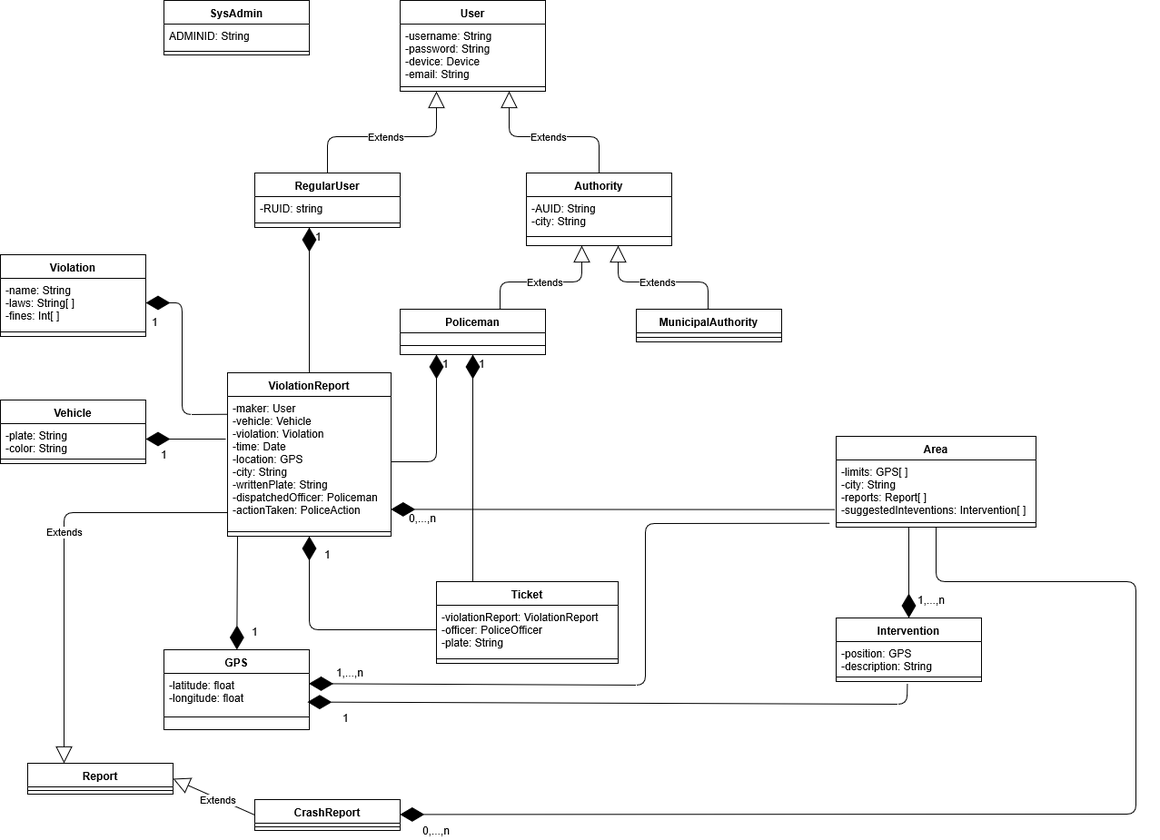
fafrullo2/PanzeriPeruginiPipita keeps this draw.io diagram as DD/Images/ADV_class_diagram.png. Above is the earlier version. Source tidied: cells renumbered, new cells last; positions are measured from the earlier drawing's top-left corner, leaving out a move shared by most shapes.
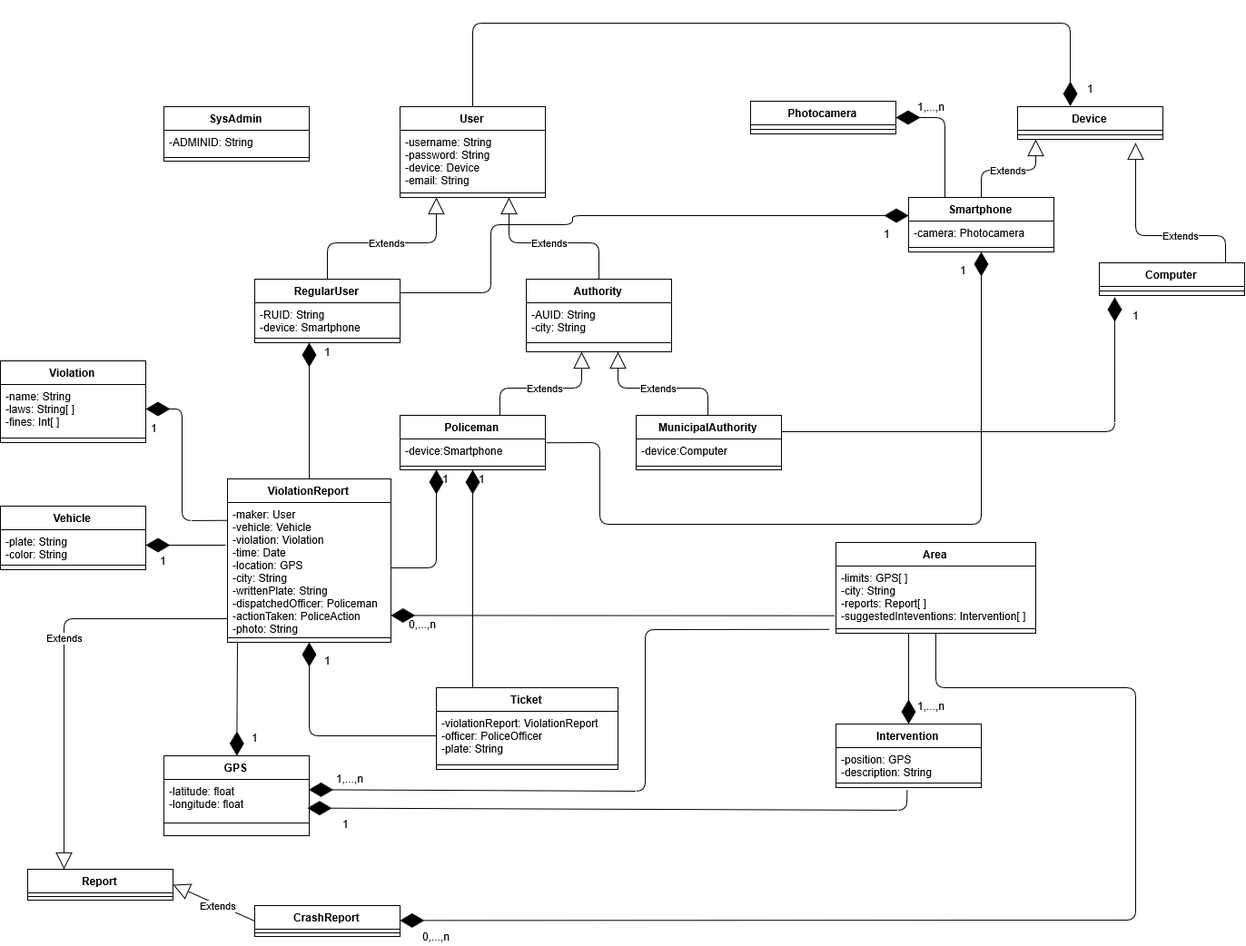
The same diagram one commit later.

Commit message:
Fixed class diagram, modified "other design choices"

Diff of the diagram source:
```diff
@@ -12,13 +12,13 @@
       <mxGeometry y="90" width="160" height="10" as="geometry" />
     </mxCell>
     <mxCell id="5" value="RegularUser" style="swimlane;fontStyle=1;align=center;verticalAlign=top;horizontal=1;startSize=26;" parent="1" vertex="1">
-      <mxGeometry x="280" y="190" width="160" height="60" as="geometry" />
+      <mxGeometry x="280" y="190" width="160" height="70" as="geometry" />
     </mxCell>
-    <mxCell id="6" value="-RUID: string" style="text;strokeColor=none;fillColor=none;align=left;verticalAlign=top;spacingLeft=4;spacingRight=4;overflow=hidden;" parent="5" vertex="1">
-      <mxGeometry y="26" width="160" height="24" as="geometry" />
+    <mxCell id="6" value="-RUID: String&#10;-device: Smartphone" style="text;strokeColor=none;fillColor=none;align=left;verticalAlign=top;spacingLeft=4;spacingRight=4;overflow=hidden;" parent="5" vertex="1">
+      <mxGeometry y="26" width="160" height="34" as="geometry" />
     </mxCell>
     <mxCell id="7" style="line;strokeWidth=1;fillColor=none;align=left;verticalAlign=middle;spacingTop=-1;spacingLeft=3;spacingRight=3;labelPosition=right;points=[];portConstraint=eastwest;" parent="5" vertex="1">
-      <mxGeometry y="50" width="160" height="10" as="geometry" />
+      <mxGeometry y="60" width="160" height="10" as="geometry" />
     </mxCell>
     <mxCell id="8" value="Authority" style="swimlane;fontStyle=1;align=center;verticalAlign=top;horizontal=1;startSize=26;" parent="1" vertex="1">
       <mxGeometry x="579" y="190" width="160" height="80" as="geometry" />
@@ -29,21 +29,6 @@
     <mxCell id="10" style="line;strokeWidth=1;fillColor=none;align=left;verticalAlign=middle;spacingTop=-1;spacingLeft=3;spacingRight=3;labelPosition=right;" parent="8" vertex="1">
       <mxGeometry y="60" width="160" height="20" as="geometry" />
     </mxCell>
-    <mxCell id="11" value="MunicipalAuthority" style="swimlane;fontStyle=1;align=center;verticalAlign=top;horizontal=1;startSize=26;" parent="1" vertex="1">
-      <mxGeometry x="700" y="340" width="160" height="36" as="geometry" />
-    </mxCell>
-    <mxCell id="12" style="line;strokeWidth=1;fillColor=none;align=left;verticalAlign=middle;spacingTop=-1;spacingLeft=3;spacingRight=3;labelPosition=right;" parent="11" vertex="1">
-      <mxGeometry y="26" width="160" height="10" as="geometry" />
-    </mxCell>
-    <mxCell id="13" value="Policeman" style="swimlane;fontStyle=1;align=center;verticalAlign=top;horizontal=1;startSize=26;" parent="1" vertex="1">
-      <mxGeometry x="440" y="340" width="160" height="50" as="geometry" />
-    </mxCell>
-    <mxCell id="14" value="&#10;" style="text;strokeColor=none;fillColor=none;align=left;verticalAlign=top;spacingLeft=4;spacingRight=4;overflow=hidden;" parent="13" vertex="1">
-      <mxGeometry y="26" width="160" height="4" as="geometry" />
-    </mxCell>
-    <mxCell id="15" style="line;strokeWidth=1;fillColor=none;align=left;verticalAlign=middle;spacingTop=-1;spacingLeft=3;spacingRight=3;labelPosition=right;points=[];portConstraint=eastwest;" parent="13" vertex="1">
-      <mxGeometry y="30" width="160" height="20" as="geometry" />
-    </mxCell>
     <mxCell id="16" value="Extends" style="endArrow=block;endSize=16;endFill=0;html=1;exitX=0.5;exitY=0;exitDx=0;exitDy=0;entryX=0.25;entryY=1;entryDx=0;entryDy=0;" parent="1" edge="1" source="5" target="2">
       <mxGeometry relative="1" as="geometry">
         <Array as="points">
@@ -83,7 +68,7 @@
     <mxCell id="20" value="ViolationReport" style="swimlane;fontStyle=1;align=center;verticalAlign=top;horizontal=1;startSize=26;" parent="1" vertex="1">
       <mxGeometry x="250" y="410" width="180" height="180" as="geometry" />
     </mxCell>
-    <mxCell id="21" value="-maker: User&#10;-vehicle: Vehicle&#10;-violation: Violation&#10;-time: Date&#10;-location: GPS&#10;-city: String&#10;-writtenPlate: String&#10;-dispatchedOfficer: Policeman&#10;-actionTaken: PoliceAction&#10;" style="text;strokeColor=none;fillColor=none;align=left;verticalAlign=top;spacingLeft=4;spacingRight=4;overflow=hidden;points=[[0,0.5],[1,0.5]];portConstraint=eastwest;" parent="20" vertex="1">
+    <mxCell id="21" value="-maker: User&#10;-vehicle: Vehicle&#10;-violation: Violation&#10;-time: Date&#10;-location: GPS&#10;-city: String&#10;-writtenPlate: String&#10;-dispatchedOfficer: Policeman&#10;-actionTaken: PoliceAction&#10;-photo: String&#10;" style="text;strokeColor=none;fillColor=none;align=left;verticalAlign=top;spacingLeft=4;spacingRight=4;overflow=hidden;points=[[0,0.5],[1,0.5]];portConstraint=eastwest;" parent="20" vertex="1">
       <mxGeometry y="26" width="180" height="144" as="geometry" />
     </mxCell>
     <mxCell id="22" style="line;strokeWidth=1;fillColor=none;align=left;verticalAlign=middle;spacingTop=-1;spacingLeft=3;spacingRight=3;labelPosition=right;" parent="20" vertex="1">
@@ -160,7 +145,7 @@
         </Array>
       </mxGeometry>
     </mxCell>
-    <mxCell id="43" style="endArrow=diamondThin;endFill=1;endSize=24;html=1;" parent="1" edge="1" target="15">
+    <mxCell id="43" style="endArrow=diamondThin;endFill=1;endSize=24;html=1;entryX=0.5;entryY=1;entryDx=0;entryDy=0;" parent="1" edge="1" target="13">
       <mxGeometry relative="1" as="geometry">
         <mxPoint x="520" y="640" as="sourcePoint" />
         <Array as="points">
@@ -168,8 +153,9 @@
         </Array>
       </mxGeometry>
     </mxCell>
-    <mxCell id="44" style="endArrow=diamondThin;endFill=1;endSize=24;html=1;entryX=0.25;entryY=1;entryDx=0;entryDy=0;exitX=1;exitY=0.5;exitDx=0;exitDy=0;" parent="1" edge="1" source="21" target="13">
+    <mxCell id="44" style="endArrow=diamondThin;endFill=1;endSize=24;html=1;exitX=1;exitY=0.5;exitDx=0;exitDy=0;" parent="1" edge="1" source="21">
       <mxGeometry relative="1" as="geometry">
+        <mxPoint x="480" y="400" as="targetPoint" />
         <Array as="points">
           <mxPoint x="480" y="508" />
         </Array>
@@ -228,14 +214,11 @@
       <mxGeometry x="160" y="343.5" width="20" height="20" as="geometry" />
     </mxCell>
     <mxCell id="58" value="1" style="text;html=1;align=center;verticalAlign=middle;" parent="1" vertex="1">
-      <mxGeometry x="340" y="250" width="20" height="20" as="geometry" />
+      <mxGeometry x="350" y="260" width="20" height="20" as="geometry" />
     </mxCell>
     <mxCell id="59" value="1" style="text;html=1;align=center;verticalAlign=middle;" parent="1" vertex="1">
-      <mxGeometry x="480" y="390" width="20" height="20" as="geometry" />
+      <mxGeometry x="480" y="400" width="20" height="20" as="geometry" />
     </mxCell>
-    <mxCell id="60" value="1" style="text;html=1;align=center;verticalAlign=middle;" parent="1" vertex="1">
-      <mxGeometry x="520" y="390" width="20" height="20" as="geometry" />
-    </mxCell>
     <mxCell id="61" value="1,...,n" style="text;html=1;align=center;verticalAlign=middle;" parent="1" vertex="1">
       <mxGeometry x="1000" y="650" width="50" height="20" as="geometry" />
     </mxCell>
@@ -281,11 +264,140 @@
     <mxCell id="71" value="SysAdmin" style="swimlane;fontStyle=1;align=center;verticalAlign=top;horizontal=1;startSize=26;" parent="1" vertex="1">
       <mxGeometry x="180" width="160" height="60" as="geometry" />
     </mxCell>
-    <mxCell id="72" value="ADMINID: String" style="text;strokeColor=none;fillColor=none;align=left;verticalAlign=top;spacingLeft=4;spacingRight=4;overflow=hidden;" parent="71" vertex="1">
+    <mxCell id="72" value="-ADMINID: String" style="text;strokeColor=none;fillColor=none;align=left;verticalAlign=top;spacingLeft=4;spacingRight=4;overflow=hidden;" parent="71" vertex="1">
       <mxGeometry y="26" width="160" height="26" as="geometry" />
     </mxCell>
     <mxCell id="73" style="line;strokeWidth=1;fillColor=none;align=left;verticalAlign=middle;spacingTop=-1;spacingLeft=3;spacingRight=3;labelPosition=right;" parent="71" vertex="1">
       <mxGeometry y="52" width="160" height="8" as="geometry" />
     </mxCell>
+    <mxCell id="74" value="Device" style="swimlane;fontStyle=1;align=center;verticalAlign=top;horizontal=1;startSize=26;" parent="1" vertex="1">
+      <mxGeometry x="1120" width="160" height="36" as="geometry" />
+    </mxCell>
+    <mxCell id="75" style="line;strokeWidth=1;fillColor=none;align=left;verticalAlign=middle;spacingTop=-1;spacingLeft=3;spacingRight=3;labelPosition=right;" parent="74" vertex="1">
+      <mxGeometry y="26" width="160" height="10" as="geometry" />
+    </mxCell>
+    <mxCell id="76" value="Smartphone" style="swimlane;fontStyle=1;align=center;verticalAlign=top;horizontal=1;startSize=26;" parent="1" vertex="1">
+      <mxGeometry x="1000" y="100" width="160" height="60" as="geometry" />
+    </mxCell>
+    <mxCell id="77" value="-camera: Photocamera" style="text;strokeColor=none;fillColor=none;align=left;verticalAlign=top;spacingLeft=4;spacingRight=4;overflow=hidden;" parent="76" vertex="1">
+      <mxGeometry y="26" width="160" height="24" as="geometry" />
+    </mxCell>
+    <mxCell id="78" style="line;strokeWidth=1;fillColor=none;align=left;verticalAlign=middle;spacingTop=-1;spacingLeft=3;spacingRight=3;labelPosition=right;" parent="76" vertex="1">
+      <mxGeometry y="50" width="160" height="10" as="geometry" />
+    </mxCell>
+    <mxCell id="79" value="Computer" style="swimlane;fontStyle=1;align=center;verticalAlign=top;horizontal=1;startSize=26;" parent="1" vertex="1">
+      <mxGeometry x="1210" y="172" width="160" height="36" as="geometry" />
+    </mxCell>
+    <mxCell id="80" style="line;strokeWidth=1;fillColor=none;align=left;verticalAlign=middle;spacingTop=-1;spacingLeft=3;spacingRight=3;labelPosition=right;points=[];portConstraint=eastwest;" parent="79" vertex="1">
+      <mxGeometry y="26" width="160" height="10" as="geometry" />
+    </mxCell>
+    <mxCell id="81" value="Photocamera" style="swimlane;fontStyle=1;align=center;verticalAlign=top;horizontal=1;startSize=26;" parent="1" vertex="1">
+      <mxGeometry x="826" y="-6" width="160" height="36" as="geometry" />
+    </mxCell>
+    <mxCell id="82" style="line;strokeWidth=1;fillColor=none;align=left;verticalAlign=middle;spacingTop=-1;spacingLeft=3;spacingRight=3;labelPosition=right;" parent="81" vertex="1">
+      <mxGeometry y="26" width="160" height="10" as="geometry" />
+    </mxCell>
+    <mxCell id="83" value="Extends" style="endArrow=block;endSize=16;endFill=0;html=1;" parent="1" edge="1">
+      <mxGeometry x="-0.32" relative="1" as="geometry">
+        <mxPoint x="1349" y="172" as="sourcePoint" />
+        <mxPoint x="1250" y="40" as="targetPoint" />
+        <Array as="points">
+          <mxPoint x="1349" y="142" />
+          <mxPoint x="1250" y="142" />
+        </Array>
+      </mxGeometry>
+    </mxCell>
+    <mxCell id="84" value="Extends" style="endArrow=block;endSize=16;endFill=0;html=1;" parent="1" edge="1">
+      <mxGeometry x="-0.03" relative="1" as="geometry">
+        <mxPoint x="1080" y="100" as="sourcePoint" />
+        <mxPoint x="1140" y="36" as="targetPoint" />
+        <Array as="points">
+          <mxPoint x="1080" y="70" />
+          <mxPoint x="1140" y="70" />
+        </Array>
+      </mxGeometry>
+    </mxCell>
+    <mxCell id="85" style="endArrow=diamondThin;endFill=1;endSize=24;html=1;exitX=0.25;exitY=0;exitDx=0;exitDy=0;entryX=1;entryY=0.5;entryDx=0;entryDy=0;" parent="1" edge="1" source="76" target="81">
+      <mxGeometry relative="1" as="geometry">
+        <Array as="points">
+          <mxPoint x="1040" y="12" />
+        </Array>
+      </mxGeometry>
+    </mxCell>
+    <mxCell id="86" value="1,...,n" style="text;html=1;align=center;verticalAlign=middle;" parent="1" vertex="1">
+      <mxGeometry x="1000" y="-10.5" width="50" height="20" as="geometry" />
+    </mxCell>
+    <mxCell id="87" style="endArrow=diamondThin;endFill=1;endSize=24;html=1;exitX=0.5;exitY=0;exitDx=0;exitDy=0;entryX=0.363;entryY=-0.02;entryDx=0;entryDy=0;entryPerimeter=0;" parent="1" edge="1" source="2" target="74">
+      <mxGeometry relative="1" as="geometry">
+        <Array as="points">
+          <mxPoint x="520" y="-92" />
+          <mxPoint x="1178" y="-92" />
+        </Array>
+      </mxGeometry>
+    </mxCell>
+    <mxCell id="88" value="1" style="text;html=1;align=center;verticalAlign=middle;" parent="1" vertex="1">
+      <mxGeometry x="1190" y="-30.5" width="20" height="20" as="geometry" />
+    </mxCell>
+    <mxCell id="89" style="endArrow=diamondThin;endFill=1;endSize=24;html=1;exitX=1;exitY=0.214;exitDx=0;exitDy=0;exitPerimeter=0;" parent="1" edge="1" source="5">
+      <mxGeometry relative="1" as="geometry">
+        <mxPoint x="1000" y="120" as="targetPoint" />
+        <Array as="points">
+          <mxPoint x="540" y="205" />
+          <mxPoint x="540" y="130" />
+          <mxPoint x="560" y="130" />
+          <mxPoint x="630" y="130" />
+          <mxPoint x="630" y="120" />
+          <mxPoint x="870" y="120" />
+        </Array>
+      </mxGeometry>
+    </mxCell>
+    <mxCell id="90" value="1" style="text;html=1;align=center;verticalAlign=middle;" parent="1" vertex="1">
+      <mxGeometry x="966" y="130" width="20" height="20" as="geometry" />
+    </mxCell>
+    <mxCell id="91" style="endArrow=diamondThin;endFill=1;endSize=24;html=1;entryX=0.5;entryY=1;entryDx=0;entryDy=0;exitX=1.005;exitY=1.056;exitDx=0;exitDy=0;exitPerimeter=0;" parent="1" edge="1" target="76">
+      <mxGeometry relative="1" as="geometry">
+        <mxPoint x="600.8" y="370.2" as="sourcePoint" />
+        <Array as="points">
+          <mxPoint x="660" y="370" />
+          <mxPoint x="660" y="460" />
+          <mxPoint x="1080" y="460" />
+        </Array>
+      </mxGeometry>
+    </mxCell>
+    <mxCell id="92" value="1" style="text;html=1;align=center;verticalAlign=middle;" parent="1" vertex="1">
+      <mxGeometry x="1050" y="170" width="20" height="20" as="geometry" />
+    </mxCell>
+    <mxCell id="93" style="endArrow=diamondThin;endFill=1;endSize=24;html=1;exitX=1;exitY=0.5;exitDx=0;exitDy=0;entryX=0.106;entryY=1.2;entryDx=0;entryDy=0;entryPerimeter=0;" parent="1" edge="1" target="80">
+      <mxGeometry relative="1" as="geometry">
+        <mxPoint x="860" y="358" as="sourcePoint" />
+        <Array as="points">
+          <mxPoint x="1227" y="358" />
+        </Array>
+      </mxGeometry>
+    </mxCell>
+    <mxCell id="94" value="1" style="text;html=1;align=center;verticalAlign=middle;" parent="1" vertex="1">
+      <mxGeometry x="1240" y="220" width="20" height="20" as="geometry" />
+    </mxCell>
+    <mxCell id="13" value="Policeman" style="swimlane;fontStyle=1;align=center;verticalAlign=top;horizontal=1;startSize=26;" parent="1" vertex="1">
+      <mxGeometry x="440" y="340" width="160" height="60" as="geometry" />
+    </mxCell>
+    <mxCell id="95" value="-device:Smartphone" style="text;strokeColor=none;fillColor=none;align=left;verticalAlign=top;spacingLeft=4;spacingRight=4;overflow=hidden;" parent="13" vertex="1">
+      <mxGeometry y="26" width="160" height="26" as="geometry" />
+    </mxCell>
+    <mxCell id="96" style="line;strokeWidth=1;fillColor=none;align=left;verticalAlign=middle;spacingTop=-1;spacingLeft=3;spacingRight=3;labelPosition=right;" parent="13" vertex="1">
+      <mxGeometry y="52" width="160" height="8" as="geometry" />
+    </mxCell>
+    <mxCell id="97" value="1" style="text;html=1;align=center;verticalAlign=middle;" parent="1" vertex="1">
+      <mxGeometry x="520" y="400" width="20" height="20" as="geometry" />
+    </mxCell>
+    <mxCell id="11" value="MunicipalAuthority" style="swimlane;fontStyle=1;align=center;verticalAlign=top;horizontal=1;startSize=26;" parent="1" vertex="1">
+      <mxGeometry x="700" y="340" width="160" height="60" as="geometry" />
+    </mxCell>
+    <mxCell id="98" value="-device:Computer" style="text;strokeColor=none;fillColor=none;align=left;verticalAlign=top;spacingLeft=4;spacingRight=4;overflow=hidden;" parent="11" vertex="1">
+      <mxGeometry y="26" width="160" height="26" as="geometry" />
+    </mxCell>
+    <mxCell id="99" style="line;strokeWidth=1;fillColor=none;align=left;verticalAlign=middle;spacingTop=-1;spacingLeft=3;spacingRight=3;labelPosition=right;" parent="11" vertex="1">
+      <mxGeometry y="52" width="160" height="8" as="geometry" />
+    </mxCell>
   </root>
 </mxGraphModel>
```
